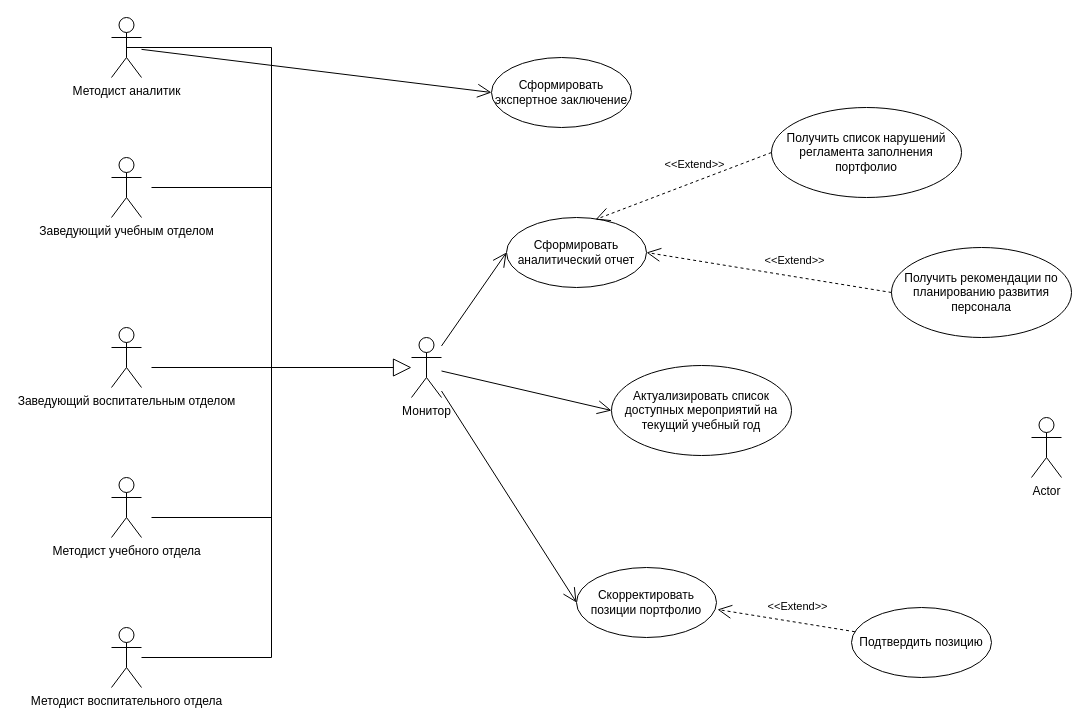
Before: Диаграмма прецедентов для монитора.drawio in Alexk80/keywords, a draw.io diagram. Source tidied: cells renumbered, new cells numbered last; positions are measured from the earlier drawing's top-left corner, leaving out a move shared by most shapes. Both pictures are drawn from the tidied source at 100%, with x=0, y=0 at pixel (111, 17).
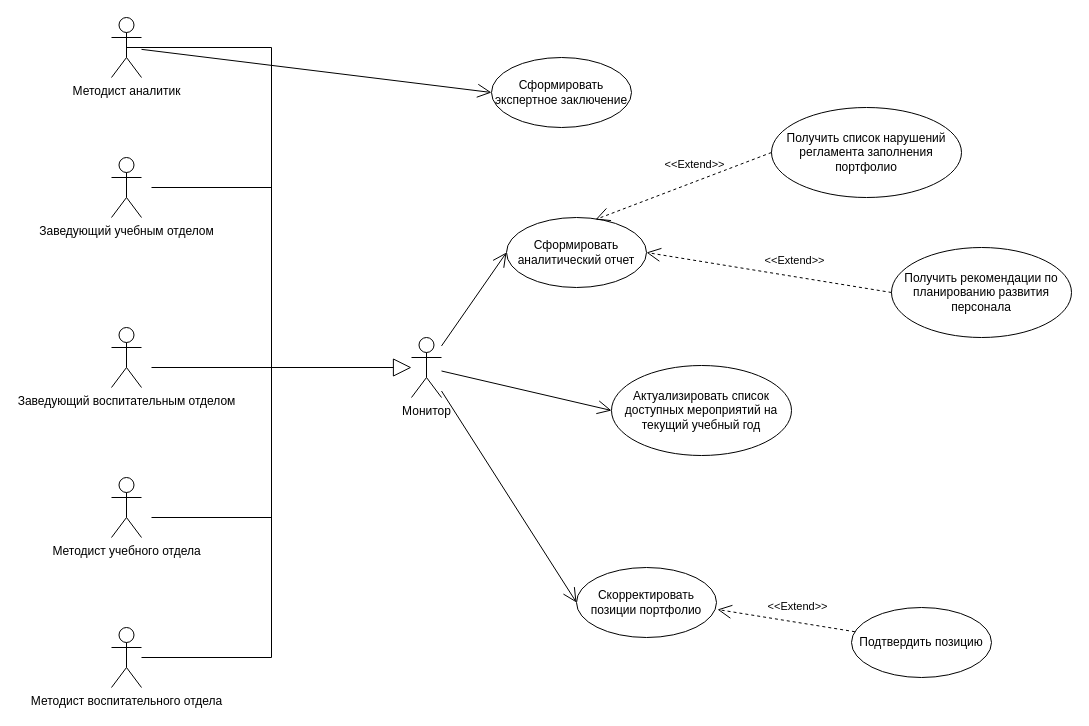
The same diagram, later.

Diff of the diagram source:
```diff
@@
-    <mxCell id="28" value="Actor" style="shape=umlActor;verticalLabelPosition=bottom;verticalAlign=top;html=1;" parent="1" vertex="1">
-      <mxGeometry x="920" y="400" width="30" height="60" as="geometry" />
-    </mxCell>
```
